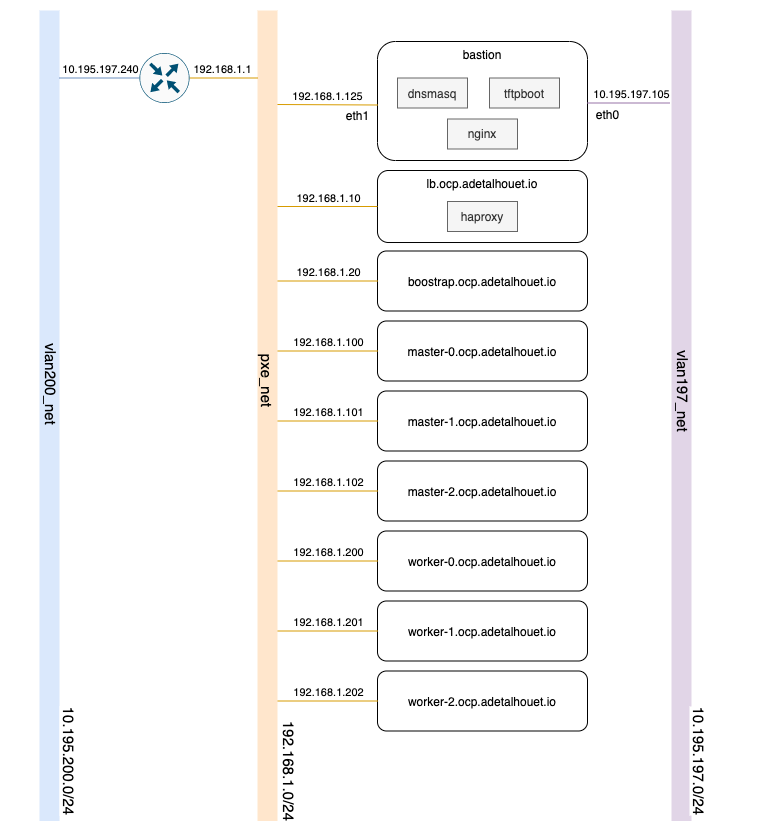
Above: doc/ocp-pxe-blog.png in adetalhouet/ocp-pxe (draw.io), before the change. Source tidied: cells renumbered, new cells last; positions are measured from the earlier drawing's top-left corner, leaving out a move shared by most shapes.
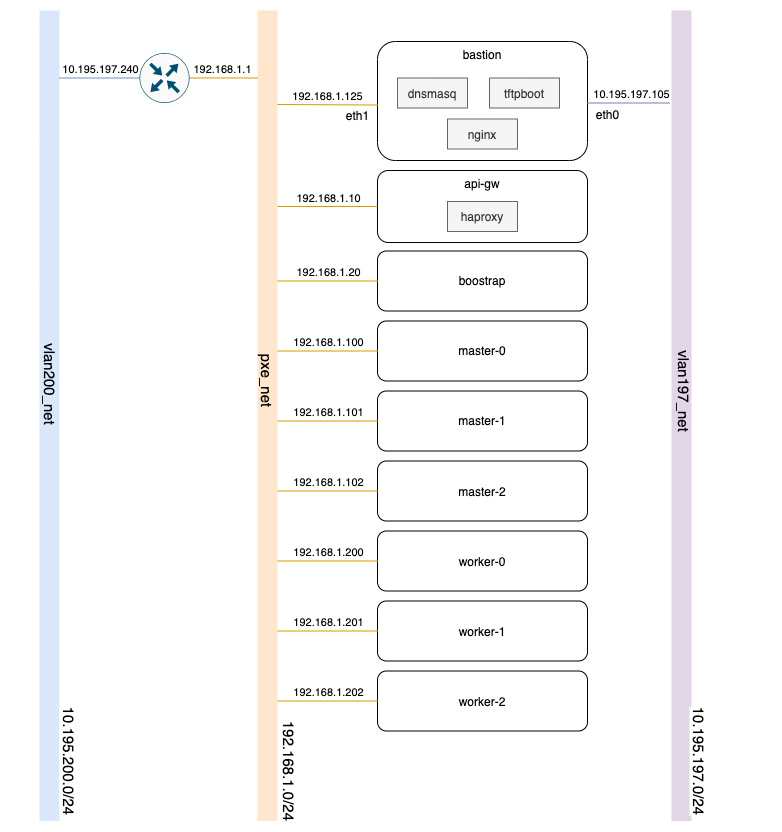
After the commit.

What changed in the source:
```diff
@@ -25,7 +25,7 @@
         <mxPoint x="13" y="-8" as="offset" />
       </mxGeometry>
     </mxCell>
-    <mxCell id="8" value="&lt;div class=&quot;detail-title col-xs-12 col-sm-9&quot;&gt;&lt;span class=&quot;h1 word-wrap&quot;&gt;master-0.ocp.adetalhouet.io&lt;/span&gt;&lt;/div&gt;" style="rounded=1;whiteSpace=wrap;html=1;verticalAlign=middle;" parent="1" vertex="1">
+    <mxCell id="8" value="&lt;div class=&quot;detail-title col-xs-12 col-sm-9&quot;&gt;&lt;span class=&quot;h1 word-wrap&quot;&gt;master-0&lt;/span&gt;&lt;/div&gt;" style="rounded=1;whiteSpace=wrap;html=1;verticalAlign=middle;" parent="1" vertex="1">
       <mxGeometry x="377" y="320.5" width="210" height="60" as="geometry" />
     </mxCell>
     <mxCell id="9" style="endArrow=none;html=1;entryX=0;entryY=0.5;entryDx=0;entryDy=0;fillColor=#ffe6cc;strokeColor=#d79b00;" parent="1" edge="1" target="8">
@@ -38,7 +38,7 @@
         <mxPoint x="13" y="-8" as="offset" />
       </mxGeometry>
     </mxCell>
-    <mxCell id="11" value="master&lt;span&gt;-1.ocp.adetalhouet.io&lt;/span&gt;" style="rounded=1;whiteSpace=wrap;html=1;verticalAlign=middle;" parent="1" vertex="1">
+    <mxCell id="11" value="master&lt;span&gt;-1&lt;/span&gt;" style="rounded=1;whiteSpace=wrap;html=1;verticalAlign=middle;" parent="1" vertex="1">
       <mxGeometry x="377" y="390.5" width="210" height="60" as="geometry" />
     </mxCell>
     <mxCell id="12" style="endArrow=none;html=1;entryX=0;entryY=0.5;entryDx=0;entryDy=0;fillColor=#ffe6cc;strokeColor=#d79b00;" parent="1" edge="1" target="11">
@@ -51,7 +51,7 @@
         <mxPoint x="13" y="-8" as="offset" />
       </mxGeometry>
     </mxCell>
-    <mxCell id="14" value="master&lt;span&gt;-2.ocp.adetalhouet.io&lt;/span&gt;" style="rounded=1;whiteSpace=wrap;html=1;verticalAlign=middle;" parent="1" vertex="1">
+    <mxCell id="14" value="master&lt;span&gt;-2&lt;/span&gt;" style="rounded=1;whiteSpace=wrap;html=1;verticalAlign=middle;" parent="1" vertex="1">
       <mxGeometry x="377" y="460.5" width="210" height="60" as="geometry" />
     </mxCell>
     <mxCell id="15" style="endArrow=none;html=1;entryX=0;entryY=0.5;entryDx=0;entryDy=0;fillColor=#ffe6cc;strokeColor=#d79b00;" parent="1" edge="1" target="14">
@@ -64,7 +64,7 @@
         <mxPoint x="13" y="-8" as="offset" />
       </mxGeometry>
     </mxCell>
-    <mxCell id="17" value="&lt;div class=&quot;detail-title col-xs-12 col-sm-9&quot;&gt;&lt;span class=&quot;h1 word-wrap&quot;&gt;worker-0.ocp.adetalhouet.io&lt;/span&gt;&lt;/div&gt;" style="rounded=1;whiteSpace=wrap;html=1;verticalAlign=middle;" parent="1" vertex="1">
+    <mxCell id="17" value="&lt;div class=&quot;detail-title col-xs-12 col-sm-9&quot;&gt;&lt;span class=&quot;h1 word-wrap&quot;&gt;worker-0&lt;/span&gt;&lt;/div&gt;" style="rounded=1;whiteSpace=wrap;html=1;verticalAlign=middle;" parent="1" vertex="1">
       <mxGeometry x="377" y="530.5" width="210" height="60" as="geometry" />
     </mxCell>
     <mxCell id="18" style="endArrow=none;html=1;entryX=0;entryY=0.5;entryDx=0;entryDy=0;fillColor=#ffe6cc;strokeColor=#d79b00;" parent="1" edge="1" target="17">
@@ -77,7 +77,7 @@
         <mxPoint x="13" y="-8" as="offset" />
       </mxGeometry>
     </mxCell>
-    <mxCell id="20" value="&lt;div class=&quot;detail-title col-xs-12 col-sm-9&quot;&gt;&lt;span class=&quot;h1 word-wrap&quot;&gt;worker-1.ocp.adetalhouet.io&lt;/span&gt;&lt;/div&gt;" style="rounded=1;whiteSpace=wrap;html=1;verticalAlign=middle;" parent="1" vertex="1">
+    <mxCell id="20" value="&lt;div class=&quot;detail-title col-xs-12 col-sm-9&quot;&gt;&lt;span class=&quot;h1 word-wrap&quot;&gt;worker-1&lt;/span&gt;&lt;/div&gt;" style="rounded=1;whiteSpace=wrap;html=1;verticalAlign=middle;" parent="1" vertex="1">
       <mxGeometry x="377" y="600.5" width="210" height="60" as="geometry" />
     </mxCell>
     <mxCell id="21" style="endArrow=none;html=1;entryX=0;entryY=0.5;entryDx=0;entryDy=0;fillColor=#ffe6cc;strokeColor=#d79b00;" parent="1" edge="1" target="20">
@@ -90,7 +90,7 @@
         <mxPoint x="13" y="-8" as="offset" />
       </mxGeometry>
     </mxCell>
-    <mxCell id="23" value="&lt;div class=&quot;detail-title col-xs-12 col-sm-9&quot;&gt;&lt;span class=&quot;h1 word-wrap&quot;&gt;worker-2.ocp.adetalhouet.io&lt;/span&gt;&lt;/div&gt;" style="rounded=1;whiteSpace=wrap;html=1;verticalAlign=middle;" parent="1" vertex="1">
+    <mxCell id="23" value="&lt;div class=&quot;detail-title col-xs-12 col-sm-9&quot;&gt;&lt;span class=&quot;h1 word-wrap&quot;&gt;worker-2&lt;/span&gt;&lt;/div&gt;" style="rounded=1;whiteSpace=wrap;html=1;verticalAlign=middle;" parent="1" vertex="1">
       <mxGeometry x="377" y="670.5" width="210" height="60" as="geometry" />
     </mxCell>
     <mxCell id="24" style="endArrow=none;html=1;entryX=0;entryY=0.5;entryDx=0;entryDy=0;fillColor=#ffe6cc;strokeColor=#d79b00;" parent="1" edge="1" target="23">
@@ -103,7 +103,7 @@
         <mxPoint x="13" y="-8" as="offset" />
       </mxGeometry>
     </mxCell>
-    <mxCell id="26" value="&lt;div class=&quot;detail-title col-xs-12 col-sm-9&quot;&gt;&lt;span class=&quot;h1 word-wrap&quot;&gt;boostrap.ocp.adetalhouet.io&lt;/span&gt;&lt;/div&gt;" style="rounded=1;whiteSpace=wrap;html=1;verticalAlign=middle;" parent="1" vertex="1">
+    <mxCell id="26" value="&lt;div class=&quot;detail-title col-xs-12 col-sm-9&quot;&gt;&lt;span class=&quot;h1 word-wrap&quot;&gt;boostrap&lt;/span&gt;&lt;/div&gt;" style="rounded=1;whiteSpace=wrap;html=1;verticalAlign=middle;" parent="1" vertex="1">
       <mxGeometry x="377" y="250.5" width="210" height="60" as="geometry" />
     </mxCell>
     <mxCell id="27" style="endArrow=none;html=1;entryX=0;entryY=0.5;entryDx=0;entryDy=0;fillColor=#ffe6cc;strokeColor=#d79b00;" parent="1" edge="1" target="26">
@@ -163,7 +163,7 @@
     <mxCell id="41" value="eth1" style="text;html=1;align=center;verticalAlign=middle;fontSize=12;" parent="1" vertex="1">
       <mxGeometry x="337" y="105" width="40" height="20" as="geometry" />
     </mxCell>
-    <mxCell id="42" value="&lt;div class=&quot;detail-title col-xs-12 col-sm-9&quot;&gt;&lt;span class=&quot;h1 word-wrap&quot;&gt;lb.ocp.adetalhouet.io&lt;/span&gt;&lt;/div&gt;" style="rounded=1;whiteSpace=wrap;html=1;verticalAlign=top;" parent="1" vertex="1">
+    <mxCell id="42" value="&lt;div class=&quot;detail-title col-xs-12 col-sm-9&quot;&gt;&lt;span class=&quot;h1 word-wrap&quot;&gt;api-gw&lt;/span&gt;&lt;/div&gt;" style="rounded=1;whiteSpace=wrap;html=1;verticalAlign=top;" parent="1" vertex="1">
       <mxGeometry x="377" y="170" width="210" height="72" as="geometry" />
     </mxCell>
     <mxCell id="43" style="endArrow=none;html=1;entryX=0;entryY=0.5;entryDx=0;entryDy=0;fillColor=#ffe6cc;strokeColor=#d79b00;" parent="1" edge="1" target="42">
```
